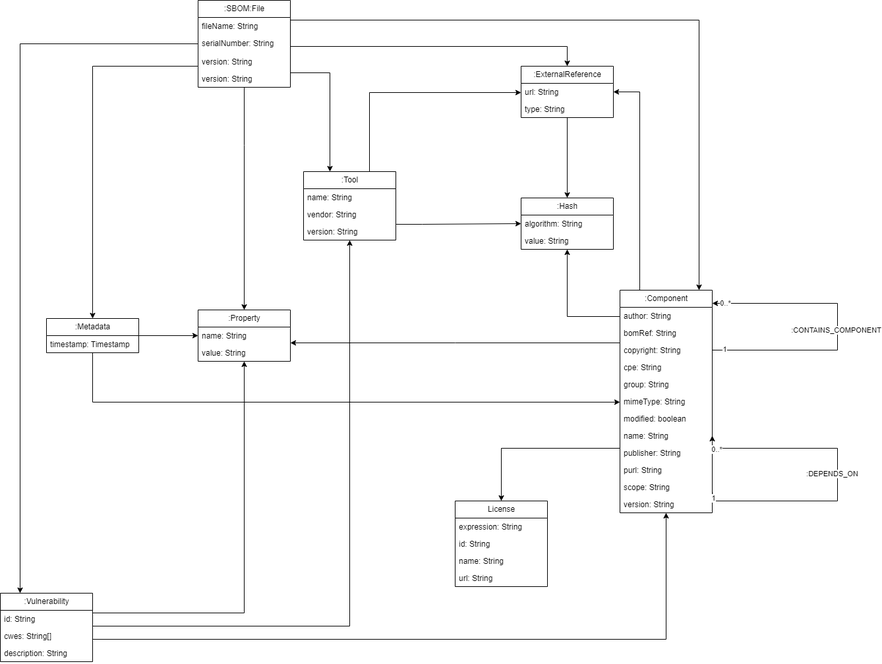
The draw.io diagram model.drawio.png in jqassistant-plugin/jqassistant-cyclonedx-plugin, before a commit. Source tidied: cells renumbered, new cells last; positions are measured from the earlier drawing's top-left corner, leaving out a move shared by most shapes.
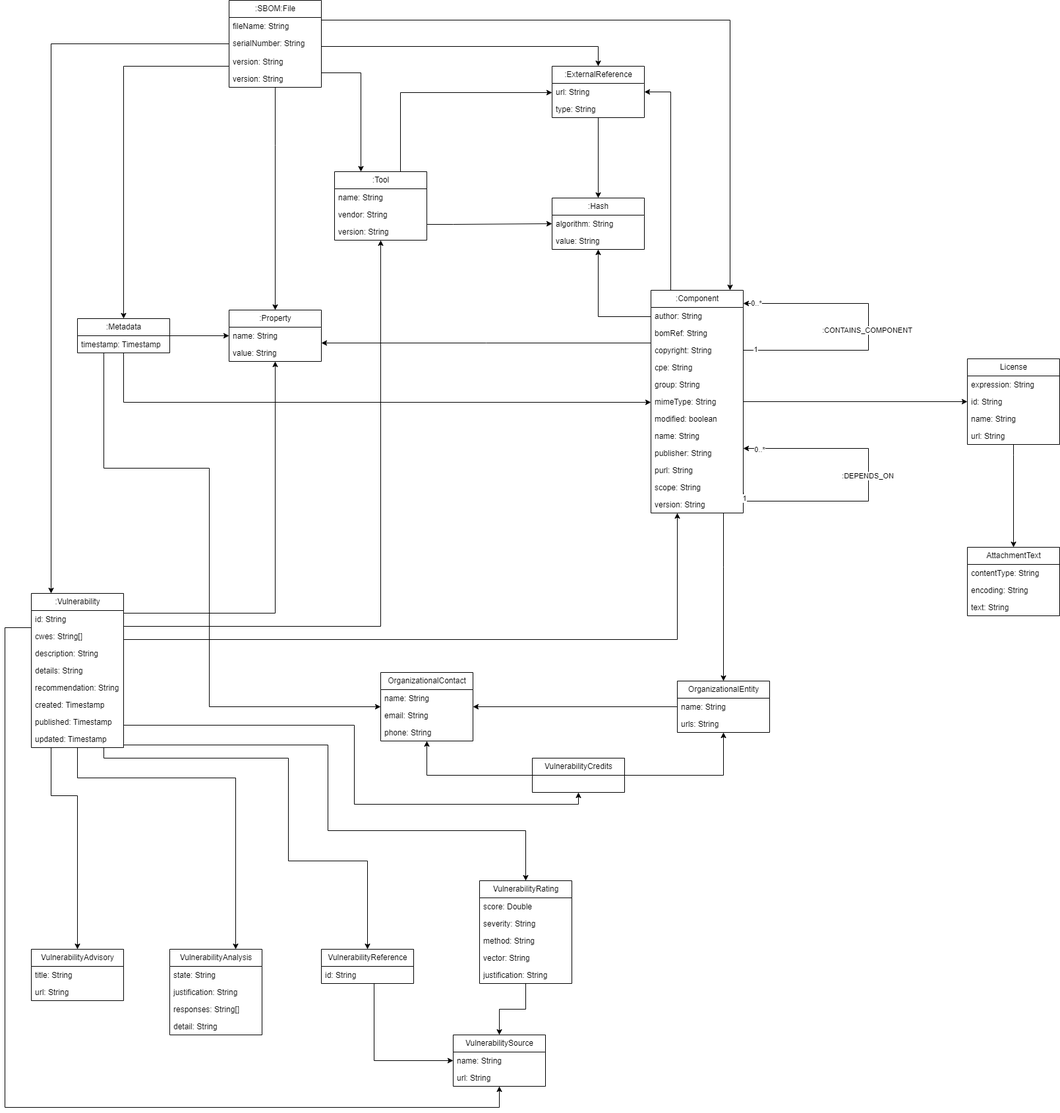
The same diagram one commit later.

Commit message:
updated and documented model

Change to the diagram source:
```diff
@@ -83,13 +83,6 @@
         </Array>
       </mxGeometry>
     </mxCell>
-    <mxCell id="18" style="edgeStyle=orthogonalEdgeStyle;rounded=0;jettySize=auto;html=1;entryX=0.5;entryY=0;entryDx=0;entryDy=0;" parent="1" edge="1" source="21" target="55">
-      <mxGeometry relative="1" as="geometry">
-        <Array as="points">
-          <mxPoint x="760" y="680" />
-        </Array>
-      </mxGeometry>
-    </mxCell>
     <mxCell id="19" style="edgeStyle=orthogonalEdgeStyle;rounded=0;jettySize=auto;html=1;" parent="1" edge="1" source="21" target="52">
       <mxGeometry relative="1" as="geometry">
         <Array as="points">
@@ -144,13 +137,12 @@
     <mxCell id="33" value="version: String" style="text;strokeColor=none;fillColor=none;align=left;verticalAlign=top;spacingLeft=4;spacingRight=4;overflow=hidden;points=[[0,0.5],[1,0.5]];portConstraint=eastwest;whiteSpace=wrap;html=1;" parent="21" vertex="1">
       <mxGeometry y="312" width="140" height="26" as="geometry" />
     </mxCell>
-    <mxCell id="34" style="edgeStyle=orthogonalEdgeStyle;rounded=0;jettySize=auto;html=1;entryX=1;entryY=0.5;entryDx=0;entryDy=0;exitX=1.002;exitY=0.79;exitDx=0;exitDy=0;exitPerimeter=0;" parent="21" edge="1" source="32" target="29">
+    <mxCell id="34" style="edgeStyle=orthogonalEdgeStyle;rounded=0;jettySize=auto;html=1;exitX=1.002;exitY=0.79;exitDx=0;exitDy=0;exitPerimeter=0;" parent="21" edge="1" source="32" target="21">
       <mxGeometry relative="1" as="geometry">
         <Array as="points">
           <mxPoint x="140" y="320" />
           <mxPoint x="330" y="320" />
           <mxPoint x="330" y="240" />
-          <mxPoint x="140" y="240" />
         </Array>
       </mxGeometry>
     </mxCell>
@@ -200,7 +192,7 @@
     <mxCell id="43" style="edgeStyle=orthogonalEdgeStyle;rounded=0;jettySize=auto;html=1;" parent="1" edge="1" source="45" target="21">
       <mxGeometry relative="1" as="geometry">
         <Array as="points">
-          <mxPoint x="1010" y="970" />
+          <mxPoint x="980" y="970" />
         </Array>
       </mxGeometry>
     </mxCell>
@@ -211,8 +203,61 @@
         </Array>
       </mxGeometry>
     </mxCell>
+    <mxCell id="70" style="edgeStyle=orthogonalEdgeStyle;rounded=0;jettySize=auto;html=1;" parent="1" edge="1" source="45" target="114">
+      <mxGeometry relative="1" as="geometry">
+        <Array as="points">
+          <mxPoint x="-40" y="952" />
+          <mxPoint x="-40" y="1680" />
+          <mxPoint x="710" y="1680" />
+        </Array>
+      </mxGeometry>
+    </mxCell>
+    <mxCell id="71" style="edgeStyle=orthogonalEdgeStyle;rounded=0;jettySize=auto;html=1;" parent="1" edge="1" source="45" target="99">
+      <mxGeometry relative="1" as="geometry">
+        <Array as="points">
+          <mxPoint x="70" y="1180" />
+          <mxPoint x="310" y="1180" />
+        </Array>
+      </mxGeometry>
+    </mxCell>
+    <mxCell id="72" style="edgeStyle=orthogonalEdgeStyle;rounded=0;jettySize=auto;html=1;" parent="1" edge="1" source="45" target="96">
+      <mxGeometry relative="1" as="geometry">
+        <Array as="points">
+          <mxPoint x="30" y="1207" />
+          <mxPoint x="70" y="1207" />
+        </Array>
+      </mxGeometry>
+    </mxCell>
+    <mxCell id="73" style="edgeStyle=orthogonalEdgeStyle;rounded=0;jettySize=auto;html=1;" parent="1" edge="1" source="45" target="105">
+      <mxGeometry relative="1" as="geometry">
+        <Array as="points">
+          <mxPoint x="450" y="1130" />
+          <mxPoint x="450" y="1260" />
+          <mxPoint x="750" y="1260" />
+        </Array>
+      </mxGeometry>
+    </mxCell>
+    <mxCell id="74" style="edgeStyle=orthogonalEdgeStyle;rounded=0;jettySize=auto;html=1;" parent="1" edge="1" source="45" target="112">
+      <mxGeometry relative="1" as="geometry">
+        <Array as="points">
+          <mxPoint x="110" y="1150" />
+          <mxPoint x="390" y="1150" />
+          <mxPoint x="390" y="1306" />
+          <mxPoint x="510" y="1306" />
+        </Array>
+      </mxGeometry>
+    </mxCell>
+    <mxCell id="75" style="edgeStyle=orthogonalEdgeStyle;rounded=0;jettySize=auto;html=1;" parent="1" edge="1" source="45" target="119">
+      <mxGeometry relative="1" as="geometry">
+        <Array as="points">
+          <mxPoint x="490" y="1100" />
+          <mxPoint x="490" y="1220" />
+          <mxPoint x="830" y="1220" />
+        </Array>
+      </mxGeometry>
+    </mxCell>
     <mxCell id="45" value=":Vulnerability" style="swimlane;fontStyle=0;horizontal=1;startSize=26;fillColor=none;html=1;" parent="1" vertex="1">
-      <mxGeometry y="900" width="140" height="104" as="geometry" />
+      <mxGeometry y="900" width="140" height="234" as="geometry" />
     </mxCell>
     <mxCell id="46" value="id: String" style="text;strokeColor=none;fillColor=none;align=left;verticalAlign=top;spacingLeft=4;spacingRight=4;overflow=hidden;whiteSpace=wrap;html=1;" parent="45" vertex="1">
       <mxGeometry y="26" width="140" height="26" as="geometry" />
@@ -223,6 +268,21 @@
     <mxCell id="48" value="description: String" style="text;strokeColor=none;fillColor=none;align=left;verticalAlign=top;spacingLeft=4;spacingRight=4;overflow=hidden;whiteSpace=wrap;html=1;" parent="45" vertex="1">
       <mxGeometry y="78" width="140" height="26" as="geometry" />
     </mxCell>
+    <mxCell id="76" value="details: String" style="text;strokeColor=none;fillColor=none;align=left;verticalAlign=top;spacingLeft=4;spacingRight=4;overflow=hidden;whiteSpace=wrap;html=1;" parent="45" vertex="1">
+      <mxGeometry y="104" width="140" height="26" as="geometry" />
+    </mxCell>
+    <mxCell id="77" value="recommendation: String" style="text;strokeColor=none;fillColor=none;align=left;verticalAlign=top;spacingLeft=4;spacingRight=4;overflow=hidden;whiteSpace=wrap;html=1;" parent="45" vertex="1">
+      <mxGeometry y="130" width="140" height="26" as="geometry" />
+    </mxCell>
+    <mxCell id="78" value="created: Timestamp" style="text;strokeColor=none;fillColor=none;align=left;verticalAlign=top;spacingLeft=4;spacingRight=4;overflow=hidden;whiteSpace=wrap;html=1;" parent="45" vertex="1">
+      <mxGeometry y="156" width="140" height="26" as="geometry" />
+    </mxCell>
+    <mxCell id="79" value="published: Timestamp" style="text;strokeColor=none;fillColor=none;align=left;verticalAlign=top;spacingLeft=4;spacingRight=4;overflow=hidden;whiteSpace=wrap;html=1;" parent="45" vertex="1">
+      <mxGeometry y="182" width="140" height="26" as="geometry" />
+    </mxCell>
+    <mxCell id="80" value="updated: Timestamp" style="text;strokeColor=none;fillColor=none;align=left;verticalAlign=top;spacingLeft=4;spacingRight=4;overflow=hidden;whiteSpace=wrap;html=1;" parent="45" vertex="1">
+      <mxGeometry y="208" width="140" height="26" as="geometry" />
+    </mxCell>
     <mxCell id="49" value=":Property" style="swimlane;fontStyle=0;horizontal=1;startSize=26;fillColor=none;html=1;" parent="1" vertex="1">
       <mxGeometry x="300" y="470" width="140" height="78" as="geometry" />
     </mxCell>
@@ -242,7 +302,7 @@
       <mxGeometry y="52" width="140" height="26" as="geometry" />
     </mxCell>
     <mxCell id="55" value="License" style="swimlane;fontStyle=0;horizontal=1;startSize=26;fillColor=none;html=1;" parent="1" vertex="1">
-      <mxGeometry x="690" y="760" width="140" height="130" as="geometry" />
+      <mxGeometry x="1420" y="544" width="140" height="130" as="geometry" />
     </mxCell>
     <mxCell id="56" value="expression: String" style="text;strokeColor=none;fillColor=none;align=left;verticalAlign=top;spacingLeft=4;spacingRight=4;overflow=hidden;whiteSpace=wrap;html=1;" parent="55" vertex="1">
       <mxGeometry y="26" width="140" height="26" as="geometry" />
@@ -294,5 +354,149 @@
     <mxCell id="69" value="type: String" style="text;strokeColor=none;fillColor=none;align=left;verticalAlign=top;spacingLeft=4;spacingRight=4;overflow=hidden;whiteSpace=wrap;html=1;" parent="67" vertex="1">
       <mxGeometry y="52" width="140" height="26" as="geometry" />
     </mxCell>
+    <mxCell id="81" style="edgeStyle=orthogonalEdgeStyle;rounded=0;jettySize=auto;html=1;" parent="1" edge="1" source="82" target="85">
+      <mxGeometry relative="1" as="geometry" />
+    </mxCell>
+    <mxCell id="82" value="OrganizationalEntity" style="swimlane;fontStyle=0;horizontal=1;startSize=26;fillColor=none;html=1;" parent="1" vertex="1">
+      <mxGeometry x="980" y="1033" width="140" height="78" as="geometry" />
+    </mxCell>
+    <mxCell id="83" value="name: String" style="text;strokeColor=none;fillColor=none;align=left;verticalAlign=top;spacingLeft=4;spacingRight=4;overflow=hidden;whiteSpace=wrap;html=1;" parent="82" vertex="1">
+      <mxGeometry y="26" width="140" height="26" as="geometry" />
+    </mxCell>
+    <mxCell id="84" value="urls: String" style="text;strokeColor=none;fillColor=none;align=left;verticalAlign=top;spacingLeft=4;spacingRight=4;overflow=hidden;whiteSpace=wrap;html=1;" parent="82" vertex="1">
+      <mxGeometry y="52" width="140" height="26" as="geometry" />
+    </mxCell>
+    <mxCell id="85" value="OrganizationalContact" style="swimlane;fontStyle=0;horizontal=1;startSize=26;fillColor=none;html=1;" parent="1" vertex="1">
+      <mxGeometry x="530" y="1020" width="140" height="104" as="geometry" />
+    </mxCell>
+    <mxCell id="86" value="name: String" style="text;strokeColor=none;fillColor=none;align=left;verticalAlign=top;spacingLeft=4;spacingRight=4;overflow=hidden;whiteSpace=wrap;html=1;" parent="85" vertex="1">
+      <mxGeometry y="26" width="140" height="26" as="geometry" />
+    </mxCell>
+    <mxCell id="87" value="email: String" style="text;strokeColor=none;fillColor=none;align=left;verticalAlign=top;spacingLeft=4;spacingRight=4;overflow=hidden;whiteSpace=wrap;html=1;" parent="85" vertex="1">
+      <mxGeometry y="52" width="140" height="26" as="geometry" />
+    </mxCell>
+    <mxCell id="88" value="phone: String" style="text;strokeColor=none;fillColor=none;align=left;verticalAlign=top;spacingLeft=4;spacingRight=4;overflow=hidden;whiteSpace=wrap;html=1;" parent="85" vertex="1">
+      <mxGeometry y="78" width="140" height="26" as="geometry" />
+    </mxCell>
+    <mxCell id="89" style="edgeStyle=orthogonalEdgeStyle;rounded=0;jettySize=auto;html=1;" parent="1" edge="1" source="33" target="82">
+      <mxGeometry relative="1" as="geometry">
+        <Array as="points">
+          <mxPoint x="1050" y="860" />
+          <mxPoint x="1050" y="860" />
+        </Array>
+      </mxGeometry>
+    </mxCell>
+    <mxCell id="90" style="edgeStyle=orthogonalEdgeStyle;rounded=0;jettySize=auto;html=1;" parent="1" edge="1" source="16" target="85">
+      <mxGeometry relative="1" as="geometry">
+        <Array as="points">
+          <mxPoint x="110" y="710" />
+          <mxPoint x="270" y="710" />
+          <mxPoint x="270" y="1072" />
+        </Array>
+      </mxGeometry>
+    </mxCell>
+    <mxCell id="18" style="edgeStyle=orthogonalEdgeStyle;rounded=0;jettySize=auto;html=1;" parent="1" edge="1" source="21" target="55">
+      <mxGeometry relative="1" as="geometry" />
+    </mxCell>
+    <mxCell id="91" value="AttachmentText" style="swimlane;fontStyle=0;horizontal=1;startSize=26;fillColor=none;html=1;" parent="1" vertex="1">
+      <mxGeometry x="1420" y="830" width="140" height="104" as="geometry" />
+    </mxCell>
+    <mxCell id="92" value="contentType: String" style="text;strokeColor=none;fillColor=none;align=left;verticalAlign=top;spacingLeft=4;spacingRight=4;overflow=hidden;whiteSpace=wrap;html=1;" parent="91" vertex="1">
+      <mxGeometry y="26" width="140" height="26" as="geometry" />
+    </mxCell>
+    <mxCell id="93" value="encoding: String" style="text;strokeColor=none;fillColor=none;align=left;verticalAlign=top;spacingLeft=4;spacingRight=4;overflow=hidden;whiteSpace=wrap;html=1;" parent="91" vertex="1">
+      <mxGeometry y="52" width="140" height="26" as="geometry" />
+    </mxCell>
+    <mxCell id="94" value="text: String" style="text;strokeColor=none;fillColor=none;align=left;verticalAlign=top;spacingLeft=4;spacingRight=4;overflow=hidden;whiteSpace=wrap;html=1;" parent="91" vertex="1">
+      <mxGeometry y="78" width="140" height="26" as="geometry" />
+    </mxCell>
+    <mxCell id="95" style="edgeStyle=orthogonalEdgeStyle;rounded=0;jettySize=auto;html=1;" parent="1" edge="1" source="59" target="91">
+      <mxGeometry relative="1" as="geometry">
+        <Array as="points">
+          <mxPoint x="1490" y="690" />
+          <mxPoint x="1490" y="690" />
+        </Array>
+      </mxGeometry>
+    </mxCell>
+    <mxCell id="96" value="VulnerabilityAdvisory" style="swimlane;fontStyle=0;horizontal=1;startSize=26;fillColor=none;html=1;" parent="1" vertex="1">
+      <mxGeometry y="1440" width="140" height="78" as="geometry" />
+    </mxCell>
+    <mxCell id="97" value="title: String" style="text;strokeColor=none;fillColor=none;align=left;verticalAlign=top;spacingLeft=4;spacingRight=4;overflow=hidden;whiteSpace=wrap;html=1;" parent="96" vertex="1">
+      <mxGeometry y="26" width="140" height="26" as="geometry" />
+    </mxCell>
+    <mxCell id="98" value="url: String" style="text;strokeColor=none;fillColor=none;align=left;verticalAlign=top;spacingLeft=4;spacingRight=4;overflow=hidden;whiteSpace=wrap;html=1;" parent="96" vertex="1">
+      <mxGeometry y="52" width="140" height="26" as="geometry" />
+    </mxCell>
+    <mxCell id="99" value="VulnerabilityAnalysis" style="swimlane;fontStyle=0;horizontal=1;startSize=26;fillColor=none;html=1;" parent="1" vertex="1">
+      <mxGeometry x="210" y="1440" width="140" height="130" as="geometry" />
+    </mxCell>
+    <mxCell id="100" value="state: String" style="text;strokeColor=none;fillColor=none;align=left;verticalAlign=top;spacingLeft=4;spacingRight=4;overflow=hidden;whiteSpace=wrap;html=1;" parent="99" vertex="1">
+      <mxGeometry y="26" width="140" height="26" as="geometry" />
+    </mxCell>
+    <mxCell id="101" value="justification: String" style="text;strokeColor=none;fillColor=none;align=left;verticalAlign=top;spacingLeft=4;spacingRight=4;overflow=hidden;whiteSpace=wrap;html=1;" parent="99" vertex="1">
+      <mxGeometry y="52" width="140" height="26" as="geometry" />
+    </mxCell>
+    <mxCell id="102" value="responses: String[]" style="text;strokeColor=none;fillColor=none;align=left;verticalAlign=top;spacingLeft=4;spacingRight=4;overflow=hidden;whiteSpace=wrap;html=1;" parent="99" vertex="1">
+      <mxGeometry y="78" width="140" height="26" as="geometry" />
+    </mxCell>
+    <mxCell id="103" value="detail: String" style="text;strokeColor=none;fillColor=none;align=left;verticalAlign=top;spacingLeft=4;spacingRight=4;overflow=hidden;whiteSpace=wrap;html=1;" parent="99" vertex="1">
+      <mxGeometry y="104" width="140" height="26" as="geometry" />
+    </mxCell>
+    <mxCell id="104" style="edgeStyle=orthogonalEdgeStyle;rounded=0;jettySize=auto;html=1;" parent="1" edge="1" source="105" target="114">
+      <mxGeometry relative="1" as="geometry" />
+    </mxCell>
+    <mxCell id="105" value="VulnerabilityRating" style="swimlane;fontStyle=0;horizontal=1;startSize=26;fillColor=none;html=1;" parent="1" vertex="1">
+      <mxGeometry x="680" y="1336" width="140" height="156" as="geometry" />
+    </mxCell>
+    <mxCell id="106" value="score: Double" style="text;strokeColor=none;fillColor=none;align=left;verticalAlign=top;spacingLeft=4;spacingRight=4;overflow=hidden;whiteSpace=wrap;html=1;" parent="105" vertex="1">
+      <mxGeometry y="26" width="140" height="26" as="geometry" />
+    </mxCell>
+    <mxCell id="107" value="severity: String" style="text;strokeColor=none;fillColor=none;align=left;verticalAlign=top;spacingLeft=4;spacingRight=4;overflow=hidden;whiteSpace=wrap;html=1;" parent="105" vertex="1">
+      <mxGeometry y="52" width="140" height="26" as="geometry" />
+    </mxCell>
+    <mxCell id="108" value="method: String" style="text;strokeColor=none;fillColor=none;align=left;verticalAlign=top;spacingLeft=4;spacingRight=4;overflow=hidden;whiteSpace=wrap;html=1;" parent="105" vertex="1">
+      <mxGeometry y="78" width="140" height="26" as="geometry" />
+    </mxCell>
+    <mxCell id="109" value="vector: String" style="text;strokeColor=none;fillColor=none;align=left;verticalAlign=top;spacingLeft=4;spacingRight=4;overflow=hidden;whiteSpace=wrap;html=1;" parent="105" vertex="1">
+      <mxGeometry y="104" width="140" height="26" as="geometry" />
+    </mxCell>
+    <mxCell id="110" value="justification: String" style="text;strokeColor=none;fillColor=none;align=left;verticalAlign=top;spacingLeft=4;spacingRight=4;overflow=hidden;whiteSpace=wrap;html=1;" parent="105" vertex="1">
+      <mxGeometry y="130" width="140" height="26" as="geometry" />
+    </mxCell>
+    <mxCell id="111" style="edgeStyle=orthogonalEdgeStyle;rounded=0;jettySize=auto;html=1;" parent="1" edge="1" source="112" target="114">
+      <mxGeometry relative="1" as="geometry">
+        <Array as="points">
+          <mxPoint x="520" y="1609" />
+        </Array>
+      </mxGeometry>
+    </mxCell>
+    <mxCell id="112" value="VulnerabilityReference" style="swimlane;fontStyle=0;horizontal=1;startSize=26;fillColor=none;html=1;" parent="1" vertex="1">
+      <mxGeometry x="440" y="1440" width="140" height="52" as="geometry" />
+    </mxCell>
+    <mxCell id="113" value="id: String" style="text;strokeColor=none;fillColor=none;align=left;verticalAlign=top;spacingLeft=4;spacingRight=4;overflow=hidden;whiteSpace=wrap;html=1;" parent="112" vertex="1">
+      <mxGeometry y="26" width="140" height="26" as="geometry" />
+    </mxCell>
+    <mxCell id="114" value="VulnerabilitySource" style="swimlane;fontStyle=0;horizontal=1;startSize=26;fillColor=none;html=1;" parent="1" vertex="1">
+      <mxGeometry x="640" y="1570" width="140" height="78" as="geometry" />
+    </mxCell>
+    <mxCell id="115" value="name: String" style="text;strokeColor=none;fillColor=none;align=left;verticalAlign=top;spacingLeft=4;spacingRight=4;overflow=hidden;whiteSpace=wrap;html=1;" parent="114" vertex="1">
+      <mxGeometry y="26" width="140" height="26" as="geometry" />
+    </mxCell>
+    <mxCell id="116" value="url: String" style="text;strokeColor=none;fillColor=none;align=left;verticalAlign=top;spacingLeft=4;spacingRight=4;overflow=hidden;whiteSpace=wrap;html=1;" parent="114" vertex="1">
+      <mxGeometry y="52" width="140" height="26" as="geometry" />
+    </mxCell>
+    <mxCell id="117" style="edgeStyle=orthogonalEdgeStyle;rounded=0;jettySize=auto;html=1;" parent="1" edge="1" source="119" target="85">
+      <mxGeometry relative="1" as="geometry">
+        <Array as="points">
+          <mxPoint x="600" y="1176" />
+        </Array>
+      </mxGeometry>
+    </mxCell>
+    <mxCell id="118" style="edgeStyle=orthogonalEdgeStyle;rounded=0;jettySize=auto;html=1;" parent="1" edge="1" source="119" target="82">
+      <mxGeometry relative="1" as="geometry" />
+    </mxCell>
+    <mxCell id="119" value="VulnerabilityCredits" style="swimlane;fontStyle=0;horizontal=1;startSize=26;fillColor=none;html=1;" parent="1" vertex="1">
+      <mxGeometry x="760" y="1150" width="140" height="52" as="geometry" />
+    </mxCell>
   </root>
 </mxGraphModel>
```
